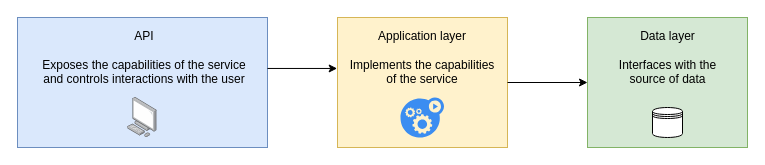
Earlier version of the draw.io diagram page "2.3" (3 of 12) of ch02.drawio (abunuwas/microservices-apis-img). Source tidied: cells renumbered, new cells numbered last; positions are measured from the earlier drawing's top-left corner, leaving out a move shared by most shapes. Both pictures are drawn from the tidied source at 100%, with x=0, y=0 at pixel (17, 17).
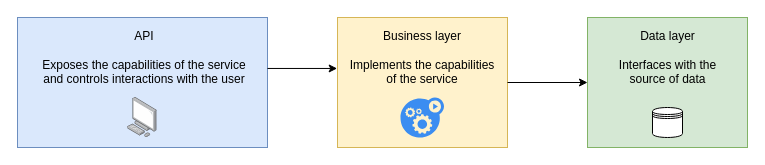
The same diagram, later.

Change to the diagram source:
```diff
@@
 <mxGraphModel>
   <root>
     <mxCell id="0" />
     <mxCell id="1" parent="0" />
     <mxCell id="2" value="&lt;font style=&quot;font-size: 12px&quot;&gt;&lt;font style=&quot;font-size: 12px&quot;&gt;&lt;br&gt;&lt;/font&gt;&lt;br&gt;&lt;br&gt;&lt;br&gt;&lt;/font&gt;" style="text;html=1;fillColor=#d5e8d4;align=center;verticalAlign=middle;whiteSpace=wrap;rounded=0;strokeColor=#82b366;" parent="1" vertex="1">
       <mxGeometry x="570" width="160" height="130" as="geometry" />
     </mxCell>
     <mxCell id="3" value="&lt;font style=&quot;font-size: 12px&quot;&gt;&lt;span&gt;&lt;br&gt;&lt;/span&gt;&lt;br&gt;&lt;br&gt;&lt;br&gt;&lt;br&gt;&lt;/font&gt;" style="text;html=1;fillColor=#fff2cc;align=center;verticalAlign=middle;whiteSpace=wrap;rounded=0;strokeColor=#d6b656;" parent="1" vertex="1">
       <mxGeometry x="320" width="170" height="130" as="geometry" />
     </mxCell>
     <mxCell id="4" value="&lt;font style=&quot;font-size: 12px&quot;&gt;&lt;br&gt;&lt;/font&gt;" style="text;html=1;fillColor=#dae8fc;align=center;verticalAlign=middle;whiteSpace=wrap;rounded=0;strokeColor=#6c8ebf;" parent="1" vertex="1">
       <mxGeometry width="250" height="130" as="geometry" />
     </mxCell>
     <mxCell id="5" style="endArrow=classic;html=1;exitX=1;exitY=0.392;exitDx=0;exitDy=0;exitPerimeter=0;entryX=-0.002;entryY=0.392;entryDx=0;entryDy=0;entryPerimeter=0;" parent="1" edge="1" source="4" target="3">
       <mxGeometry relative="1" as="geometry" />
     </mxCell>
     <mxCell id="6" style="endArrow=classic;html=1;entryX=0;entryY=0.5;entryDx=0;entryDy=0;" parent="1" edge="1" source="3" target="2">
       <mxGeometry relative="1" as="geometry" />
     </mxCell>
     <mxCell id="7" style="html=1;align=center;shadow=0;dashed=0;image;image=img/lib/allied_telesis/computer_and_terminals/Personal_Computer.svg;" parent="1" vertex="1">
       <mxGeometry x="110.2" y="80" width="29.5" height="40" as="geometry" />
     </mxCell>
     <mxCell id="8" style="shape=datastore;whiteSpace=wrap;html=1;" parent="1" vertex="1">
       <mxGeometry x="635" y="90" width="30" height="30" as="geometry" />
     </mxCell>
     <mxCell id="9" style="html=1;strokeColor=none;shadow=0;align=center;verticalAlign=top;fillColor=#3B8DF1;shape=mxgraph.gcp2.gear_load;" parent="1" vertex="1">
       <mxGeometry x="383" y="80" width="43.5" height="40" as="geometry" />
     </mxCell>
     <mxCell id="10" value="API&lt;br&gt;&lt;br&gt;Exposes the capabilities of the service and controls interactions with the user" style="text;html=1;strokeColor=none;fillColor=none;align=center;verticalAlign=middle;whiteSpace=wrap;rounded=0;" parent="1" vertex="1">
       <mxGeometry x="22.5" y="10" width="207.5" height="60" as="geometry" />
     </mxCell>
-    <mxCell id="11" value="&lt;font&gt;Application layer&lt;/font&gt;&lt;br&gt;&lt;br&gt;&lt;span&gt;Implements the capabilities of the service&lt;/span&gt;" style="text;html=1;strokeColor=none;fillColor=none;align=center;verticalAlign=middle;whiteSpace=wrap;rounded=0;" parent="1" vertex="1">
+    <mxCell id="11" value="&lt;font&gt;Business layer&lt;/font&gt;&lt;br&gt;&lt;br&gt;&lt;span&gt;Implements the capabilities of the service&lt;/span&gt;" style="text;html=1;strokeColor=none;fillColor=none;align=center;verticalAlign=middle;whiteSpace=wrap;rounded=0;" parent="1" vertex="1">
       <mxGeometry x="330" y="10" width="150" height="60" as="geometry" />
     </mxCell>
     <mxCell id="12" value="&lt;span&gt;Data layer&lt;br&gt;&lt;/span&gt;&lt;br&gt;&lt;font&gt;Interfaces with the source of data&lt;/font&gt;" style="text;html=1;strokeColor=none;fillColor=none;align=center;verticalAlign=middle;whiteSpace=wrap;rounded=0;" parent="1" vertex="1">
       <mxGeometry x="587.5" y="10" width="125" height="60" as="geometry" />
     </mxCell>
   </root>
 </mxGraphModel>
```
